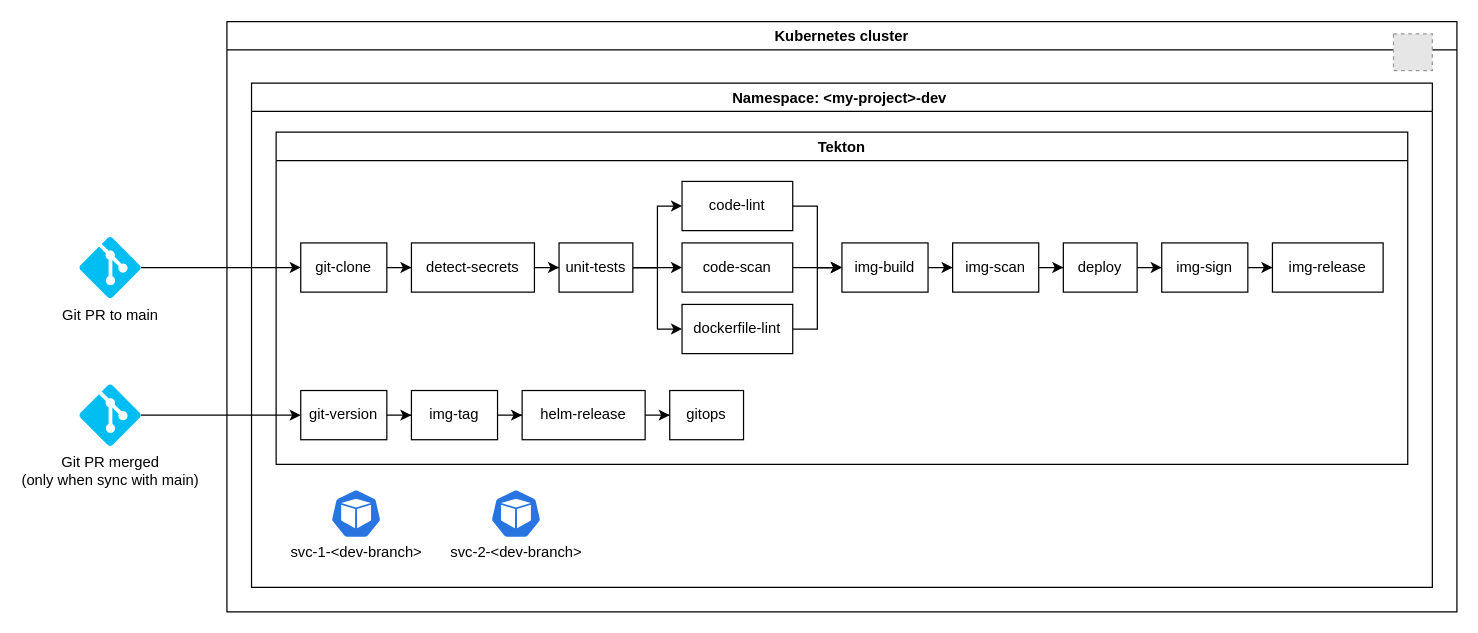
Above: design/pipeline.drawio in seillama-io/tekton-resources (draw.io), before the change. Source tidied: cells renumbered, new cells numbered last; positions are measured from the earlier drawing's top-left corner, leaving out a move shared by most shapes. Both pictures are drawn from the tidied source at 123%, with x=0, y=0 at pixel (79, 21). Pictures stored in the file or linked from it are replaced by grey dashed boxes.
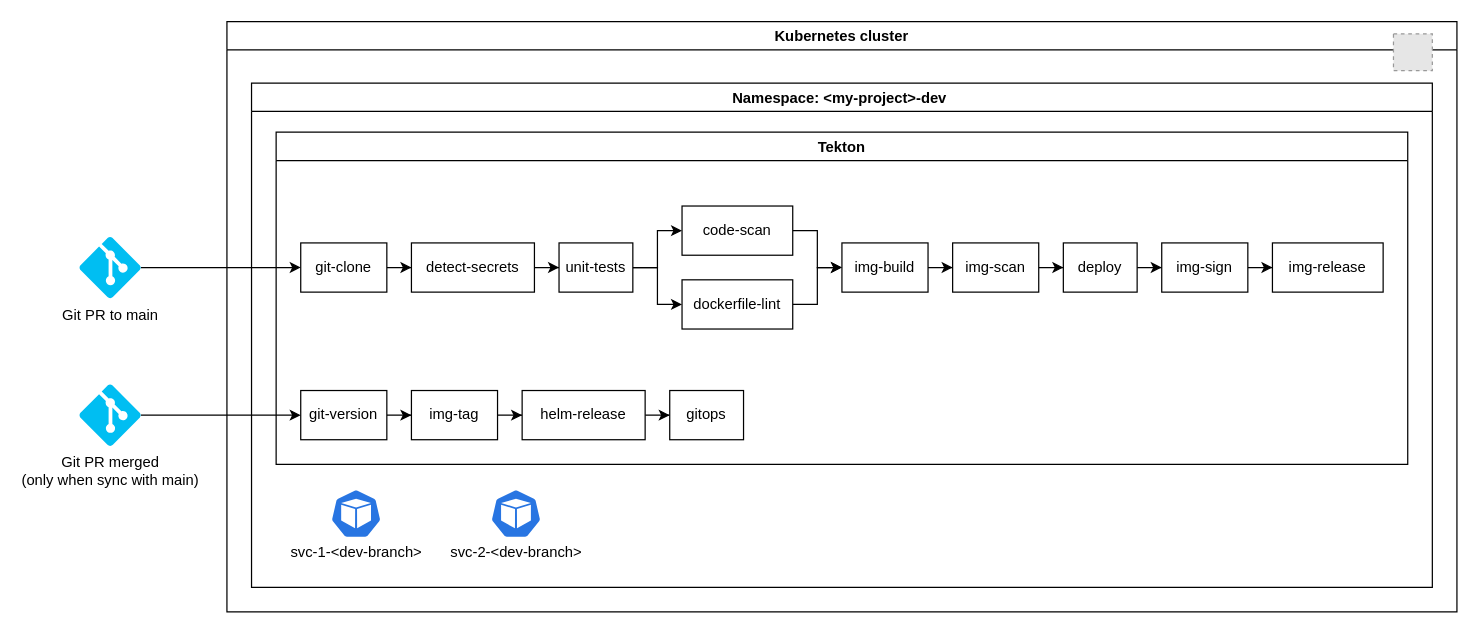
The same page after the edit.

The change refers to these unchanged cells:
```xml
<mxCell id="4" value="Tekton" style="swimlane;" parent="3" vertex="1">
  <mxGeometry x="20" y="40" width="920" height="270" as="geometry" />
</mxCell>
<mxCell id="10" value="unit-tests" style="rounded=0;whiteSpace=wrap;html=1;" parent="4" vertex="1">
  <mxGeometry x="230" y="90" width="60" height="40" as="geometry" />
</mxCell>
<mxCell id="16" value="img-build" style="rounded=0;whiteSpace=wrap;html=1;" parent="4" vertex="1">
  <mxGeometry x="460" y="90" width="70" height="40" as="geometry" />
</mxCell>
```

What changed in the source:
```diff
@@
-    <mxCell id="8" style="edgeStyle=orthogonalEdgeStyle;rounded=0;jettySize=auto;html=1;entryX=0;entryY=0.5;entryDx=0;entryDy=0;" parent="4" edge="1" source="10" target="12">
-      <mxGeometry relative="1" as="geometry" />
-    </mxCell>
@@
-    <mxCell id="11" style="edgeStyle=orthogonalEdgeStyle;rounded=0;jettySize=auto;html=1;entryX=0;entryY=0.5;entryDx=0;entryDy=0;" parent="4" edge="1" source="12" target="16">
-      <mxGeometry relative="1" as="geometry" />
-    </mxCell>
-    <mxCell id="12" value="code-lint" style="rounded=0;whiteSpace=wrap;html=1;" parent="4" vertex="1">
-      <mxGeometry x="330" y="40" width="90" height="40" as="geometry" />
-    </mxCell>
@@
     <mxCell id="14" value="dockerfile-lint" style="rounded=0;whiteSpace=wrap;html=1;" parent="4" vertex="1">
-      <mxGeometry x="330" y="140" width="90" height="40" as="geometry" />
+      <mxGeometry x="330" y="120" width="90" height="40" as="geometry" />
     </mxCell>
@@
-    <mxCell id="17" style="edgeStyle=orthogonalEdgeStyle;rounded=0;orthogonalLoop=1;jettySize=auto;html=1;exitX=0.5;exitY=1;exitDx=0;exitDy=0;" parent="4" edge="1" source="12" target="12">
-      <mxGeometry relative="1" as="geometry" />
+    <mxCell id="17" style="edgeStyle=orthogonalEdgeStyle;rounded=0;orthogonalLoop=1;jettySize=auto;html=1;exitX=0.5;exitY=1;exitDx=0;exitDy=0;" parent="4" edge="1">
+      <mxGeometry relative="1" as="geometry">
+        <mxPoint x="375" y="80" as="sourcePoint" />
+        <mxPoint x="375" y="80" as="targetPoint" />
+      </mxGeometry>
     </mxCell>
@@
     <mxCell id="19" value="code-scan" style="rounded=0;whiteSpace=wrap;html=1;" parent="4" vertex="1">
-      <mxGeometry x="330" y="90" width="90" height="40" as="geometry" />
+      <mxGeometry x="330" y="60" width="90" height="40" as="geometry" />
     </mxCell>
```
